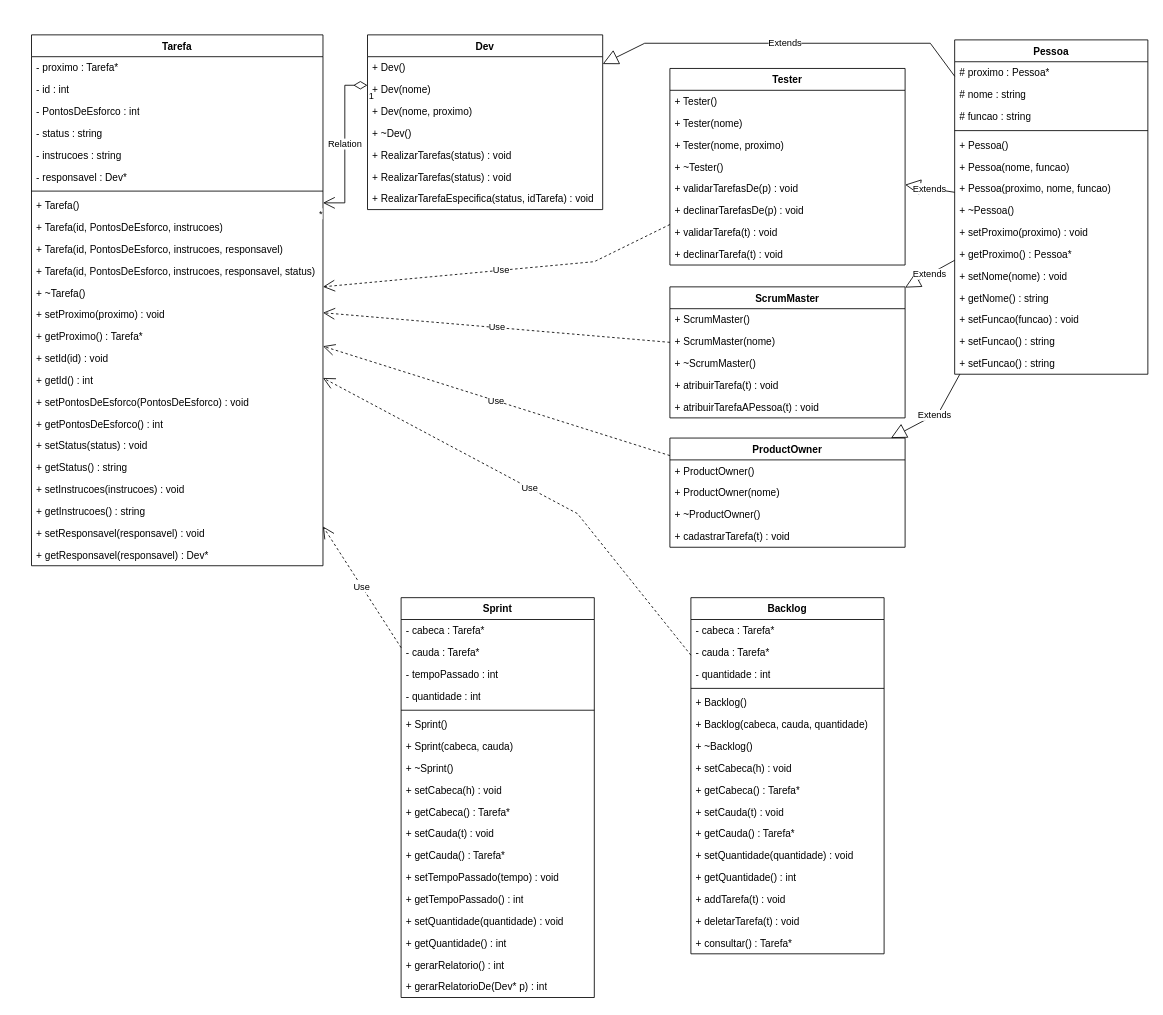
Before: Diagrama_de_Classes.drawio in luscaer/Projeto_LP1, a draw.io diagram. Source tidied: cells renumbered, new cells numbered last; positions are measured from the earlier drawing's top-left corner, leaving out a move shared by most shapes. Both pictures are drawn from the tidied source at 84%, with x=0, y=0 at pixel (31, 34).
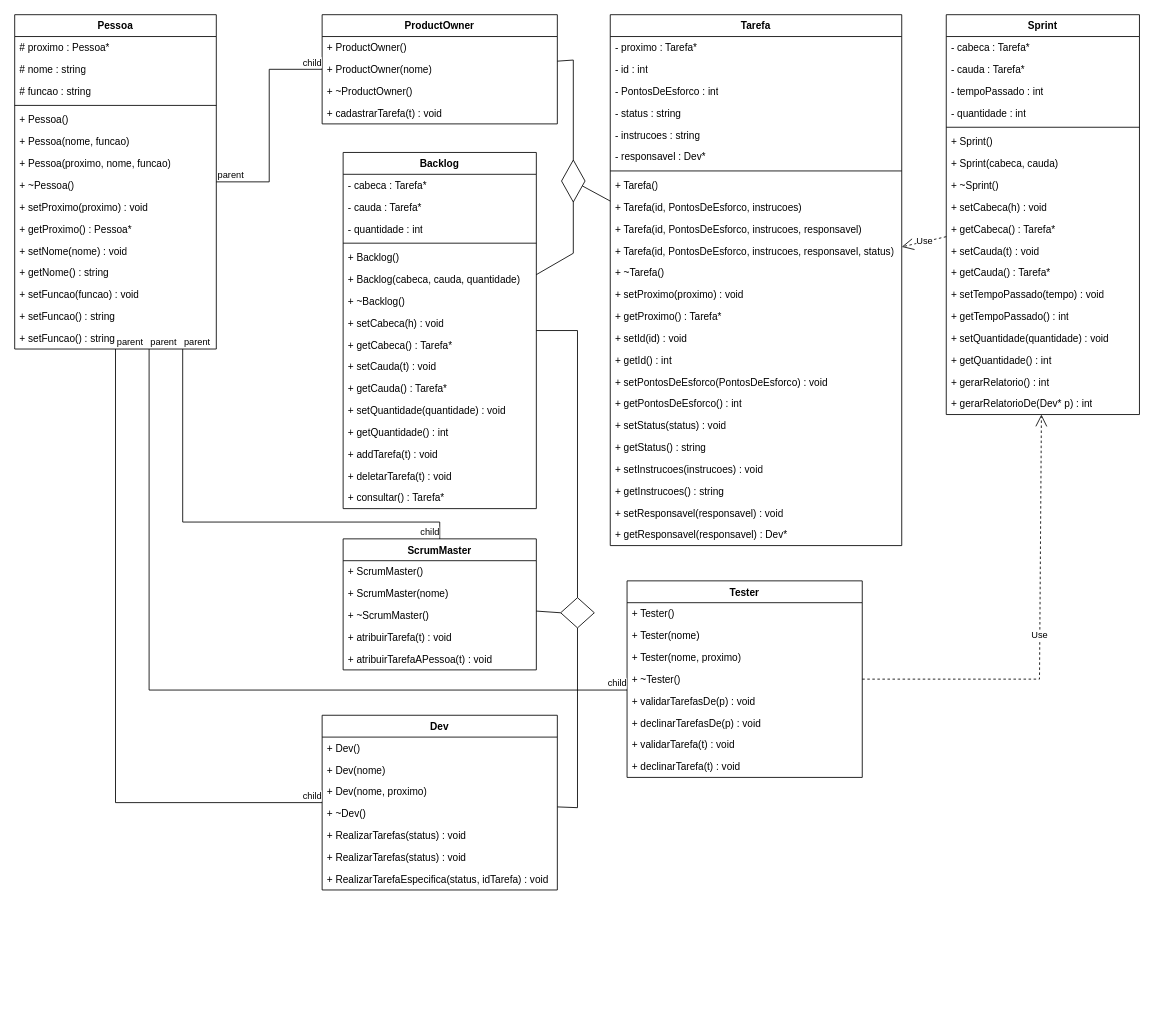
The same page after the edit.

The edit, as a diff of the source:
```diff
@@
     <mxCell id="2" value="Pessoa" style="swimlane;fontStyle=1;align=center;verticalAlign=top;horizontal=1;startSize=26;whiteSpace=wrap;html=1;" parent="1" vertex="1">
-      <mxGeometry x="1099" y="6" width="230" height="398" as="geometry" />
+      <mxGeometry x="-20" y="-24" width="240" height="398" as="geometry" />
     </mxCell>
     <mxCell id="3" value="# proximo : Pessoa*" style="text;strokeColor=none;fillColor=none;align=left;verticalAlign=top;spacingLeft=4;spacingRight=4;overflow=hidden;whiteSpace=wrap;html=1;" parent="2" vertex="1">
-      <mxGeometry y="26" width="230" height="26" as="geometry" />
+      <mxGeometry y="26" width="240" height="26" as="geometry" />
     </mxCell>
     <mxCell id="4" value="# nome : string" style="text;strokeColor=none;fillColor=none;align=left;verticalAlign=top;spacingLeft=4;spacingRight=4;overflow=hidden;whiteSpace=wrap;html=1;" parent="2" vertex="1">
-      <mxGeometry y="52" width="230" height="26" as="geometry" />
+      <mxGeometry y="52" width="240" height="26" as="geometry" />
     </mxCell>
     <mxCell id="5" value="# funcao : string" style="text;strokeColor=none;fillColor=none;align=left;verticalAlign=top;spacingLeft=4;spacingRight=4;overflow=hidden;whiteSpace=wrap;html=1;" parent="2" vertex="1">
-      <mxGeometry y="78" width="230" height="26" as="geometry" />
+      <mxGeometry y="78" width="240" height="26" as="geometry" />
     </mxCell>
     <mxCell id="6" style="line;strokeWidth=1;fillColor=none;align=left;verticalAlign=middle;spacingTop=-1;spacingLeft=3;spacingRight=3;labelPosition=right;strokeColor=inherit;" parent="2" vertex="1">
-      <mxGeometry y="104" width="230" height="8" as="geometry" />
+      <mxGeometry y="104" width="240" height="8" as="geometry" />
     </mxCell>
     <mxCell id="7" value="+ Pessoa()" style="text;strokeColor=none;fillColor=none;align=left;verticalAlign=top;spacingLeft=4;spacingRight=4;overflow=hidden;whiteSpace=wrap;html=1;" parent="2" vertex="1">
-      <mxGeometry y="112" width="230" height="26" as="geometry" />
+      <mxGeometry y="112" width="240" height="26" as="geometry" />
     </mxCell>
     <mxCell id="8" value="+ Pessoa(nome, funcao)" style="text;strokeColor=none;fillColor=none;align=left;verticalAlign=top;spacingLeft=4;spacingRight=4;overflow=hidden;whiteSpace=wrap;html=1;" parent="2" vertex="1">
-      <mxGeometry y="138" width="230" height="26" as="geometry" />
+      <mxGeometry y="138" width="240" height="26" as="geometry" />
     </mxCell>
     <mxCell id="9" value="+ Pessoa(proximo, nome, funcao)" style="text;strokeColor=none;fillColor=none;align=left;verticalAlign=top;spacingLeft=4;spacingRight=4;overflow=hidden;whiteSpace=wrap;html=1;" parent="2" vertex="1">
-      <mxGeometry y="164" width="230" height="26" as="geometry" />
+      <mxGeometry y="164" width="240" height="26" as="geometry" />
     </mxCell>
     <mxCell id="10" value="+ ~Pessoa()" style="text;strokeColor=none;fillColor=none;align=left;verticalAlign=top;spacingLeft=4;spacingRight=4;overflow=hidden;whiteSpace=wrap;html=1;" parent="2" vertex="1">
-      <mxGeometry y="190" width="230" height="26" as="geometry" />
+      <mxGeometry y="190" width="240" height="26" as="geometry" />
     </mxCell>
     <mxCell id="11" value="+&amp;nbsp;setProximo(proximo) : void" style="text;strokeColor=none;fillColor=none;align=left;verticalAlign=top;spacingLeft=4;spacingRight=4;overflow=hidden;whiteSpace=wrap;html=1;" parent="2" vertex="1">
-      <mxGeometry y="216" width="230" height="26" as="geometry" />
+      <mxGeometry y="216" width="240" height="26" as="geometry" />
     </mxCell>
     <mxCell id="12" value="+&amp;nbsp;getProximo() : Pessoa*" style="text;strokeColor=none;fillColor=none;align=left;verticalAlign=top;spacingLeft=4;spacingRight=4;overflow=hidden;whiteSpace=wrap;html=1;" parent="2" vertex="1">
-      <mxGeometry y="242" width="230" height="26" as="geometry" />
+      <mxGeometry y="242" width="240" height="26" as="geometry" />
     </mxCell>
     <mxCell id="13" value="+&amp;nbsp;setNome(nome) : void" style="text;strokeColor=none;fillColor=none;align=left;verticalAlign=top;spacingLeft=4;spacingRight=4;overflow=hidden;whiteSpace=wrap;html=1;" parent="2" vertex="1">
-      <mxGeometry y="268" width="230" height="26" as="geometry" />
+      <mxGeometry y="268" width="240" height="26" as="geometry" />
     </mxCell>
     <mxCell id="14" value="+ getNome() : string" style="text;strokeColor=none;fillColor=none;align=left;verticalAlign=top;spacingLeft=4;spacingRight=4;overflow=hidden;whiteSpace=wrap;html=1;" parent="2" vertex="1">
-      <mxGeometry y="294" width="230" height="26" as="geometry" />
+      <mxGeometry y="294" width="240" height="26" as="geometry" />
     </mxCell>
     <mxCell id="15" value="+ setFuncao(funcao) : void" style="text;strokeColor=none;fillColor=none;align=left;verticalAlign=top;spacingLeft=4;spacingRight=4;overflow=hidden;whiteSpace=wrap;html=1;" parent="2" vertex="1">
-      <mxGeometry y="320" width="230" height="26" as="geometry" />
+      <mxGeometry y="320" width="240" height="26" as="geometry" />
     </mxCell>
     <mxCell id="16" value="+ setFuncao() : string" style="text;strokeColor=none;fillColor=none;align=left;verticalAlign=top;spacingLeft=4;spacingRight=4;overflow=hidden;whiteSpace=wrap;html=1;" parent="2" vertex="1">
-      <mxGeometry y="346" width="230" height="26" as="geometry" />
+      <mxGeometry y="346" width="240" height="26" as="geometry" />
     </mxCell>
     <mxCell id="17" value="+ setFuncao() : string" style="text;strokeColor=none;fillColor=none;align=left;verticalAlign=top;spacingLeft=4;spacingRight=4;overflow=hidden;whiteSpace=wrap;html=1;" parent="2" vertex="1">
-      <mxGeometry y="372" width="230" height="26" as="geometry" />
+      <mxGeometry y="372" width="240" height="26" as="geometry" />
     </mxCell>
     <mxCell id="18" value="Dev" style="swimlane;fontStyle=1;align=center;verticalAlign=top;horizontal=1;startSize=26;whiteSpace=wrap;html=1;" parent="1" vertex="1">
-      <mxGeometry x="400" width="280" height="208" as="geometry" />
+      <mxGeometry x="346" y="810" width="280" height="208" as="geometry" />
     </mxCell>
@@
     <mxCell id="26" value="Backlog" style="swimlane;fontStyle=1;align=center;verticalAlign=top;horizontal=1;startSize=26;whiteSpace=wrap;html=1;" parent="1" vertex="1">
-      <mxGeometry x="785" y="670" width="230" height="424" as="geometry" />
+      <mxGeometry x="371" y="140" width="230" height="424" as="geometry" />
     </mxCell>
@@
     <mxCell id="43" value="ProductOwner" style="swimlane;fontStyle=1;align=center;verticalAlign=top;horizontal=1;startSize=26;whiteSpace=wrap;html=1;" parent="1" vertex="1">
-      <mxGeometry x="760" y="480" width="280" height="130" as="geometry" />
+      <mxGeometry x="346" y="-24" width="280" height="130" as="geometry" />
     </mxCell>
@@
-    <mxCell id="48" value="Extends" style="endArrow=block;endSize=16;endFill=0;html=1;rounded=0;" parent="1" edge="1" source="2" target="43">
-      <mxGeometry relative="1" as="geometry">
-        <Array as="points">
-          <mxPoint x="1080" y="450" />
-        </Array>
-      </mxGeometry>
-    </mxCell>
     <mxCell id="49" value="Tester" style="swimlane;fontStyle=1;align=center;verticalAlign=top;horizontal=1;startSize=26;whiteSpace=wrap;html=1;" parent="1" vertex="1">
-      <mxGeometry x="760" y="40" width="280" height="234" as="geometry" />
+      <mxGeometry x="709" y="650" width="280" height="234" as="geometry" />
     </mxCell>
@@
-    <mxCell id="58" value="Extends" style="endArrow=block;endSize=16;endFill=0;html=1;rounded=0;" parent="1" edge="1" source="2" target="49">
-      <mxGeometry relative="1" as="geometry" />
-    </mxCell>
-    <mxCell id="59" value="ScrumMaster" style="swimlane;fontStyle=1;align=center;verticalAlign=top;horizontal=1;startSize=26;whiteSpace=wrap;html=1;" parent="1" vertex="1">
-      <mxGeometry x="760" y="300" width="280" height="156" as="geometry" />
-    </mxCell>
-    <mxCell id="60" value="+ ScrumMaster()" style="text;strokeColor=none;fillColor=none;align=left;verticalAlign=top;spacingLeft=4;spacingRight=4;overflow=hidden;whiteSpace=wrap;html=1;" parent="59" vertex="1">
-      <mxGeometry y="26" width="280" height="26" as="geometry" />
-    </mxCell>
-    <mxCell id="61" value="+ ScrumMaster(nome)" style="text;strokeColor=none;fillColor=none;align=left;verticalAlign=top;spacingLeft=4;spacingRight=4;overflow=hidden;whiteSpace=wrap;html=1;" parent="59" vertex="1">
-      <mxGeometry y="52" width="280" height="26" as="geometry" />
-    </mxCell>
-    <mxCell id="62" value="+ ~ScrumMaster()" style="text;strokeColor=none;fillColor=none;align=left;verticalAlign=top;spacingLeft=4;spacingRight=4;overflow=hidden;whiteSpace=wrap;html=1;" parent="59" vertex="1">
-      <mxGeometry y="78" width="280" height="26" as="geometry" />
-    </mxCell>
-    <mxCell id="63" value="+&amp;nbsp;atribuirTarefa(t) : void" style="text;strokeColor=none;fillColor=none;align=left;verticalAlign=top;spacingLeft=4;spacingRight=4;overflow=hidden;whiteSpace=wrap;html=1;" parent="59" vertex="1">
-      <mxGeometry y="104" width="280" height="26" as="geometry" />
-    </mxCell>
-    <mxCell id="64" value="+&amp;nbsp;atribuirTarefaAPessoa(t) : void" style="text;strokeColor=none;fillColor=none;align=left;verticalAlign=top;spacingLeft=4;spacingRight=4;overflow=hidden;whiteSpace=wrap;html=1;" parent="59" vertex="1">
-      <mxGeometry y="130" width="280" height="26" as="geometry" />
-    </mxCell>
-    <mxCell id="65" value="Extends" style="endArrow=block;endSize=16;endFill=0;html=1;rounded=0;" parent="1" edge="1" source="2" target="59">
-      <mxGeometry relative="1" as="geometry" />
-    </mxCell>
     <mxCell id="66" value="Tarefa" style="swimlane;fontStyle=1;align=center;verticalAlign=top;horizontal=1;startSize=26;whiteSpace=wrap;html=1;" parent="1" vertex="1">
-      <mxGeometry width="347" height="632" as="geometry" />
+      <mxGeometry x="689" y="-24" width="347" height="632" as="geometry" />
     </mxCell>
@@
-    <mxCell id="91" value="Relation" style="endArrow=open;html=1;endSize=12;startArrow=diamondThin;startSize=14;startFill=0;edgeStyle=orthogonalEdgeStyle;rounded=0;" parent="1" edge="1" source="18" target="66">
-      <mxGeometry relative="1" as="geometry">
-        <Array as="points">
-          <mxPoint x="373" y="60" />
-          <mxPoint x="373" y="200" />
-        </Array>
-      </mxGeometry>
-    </mxCell>
-    <mxCell id="92" value="1" style="edgeLabel;html=1;align=left;verticalAlign=top;" parent="91" vertex="1">
-      <mxGeometry x="-1" relative="1" as="geometry" />
-    </mxCell>
-    <mxCell id="93" value="*" style="edgeLabel;html=1;align=right;verticalAlign=top;" parent="91" vertex="1">
-      <mxGeometry x="1" relative="1" as="geometry" />
-    </mxCell>
-    <mxCell id="94" value="Extends" style="endArrow=block;endSize=16;endFill=0;html=1;rounded=0;" parent="1" edge="1" source="2" target="18">
-      <mxGeometry relative="1" as="geometry">
-        <Array as="points">
-          <mxPoint x="1070" y="10" />
-          <mxPoint x="730" y="10" />
-        </Array>
-      </mxGeometry>
-    </mxCell>
     <mxCell id="95" value="Sprint" style="swimlane;fontStyle=1;align=center;verticalAlign=top;horizontal=1;startSize=26;whiteSpace=wrap;html=1;" parent="1" vertex="1">
-      <mxGeometry x="440" y="670" width="230" height="476" as="geometry" />
+      <mxGeometry x="1089" y="-24" width="230" height="476" as="geometry" />
     </mxCell>
@@
-    <mxCell id="114" value="Use" style="endArrow=open;endSize=12;dashed=1;html=1;rounded=0;" parent="1" edge="1" source="49" target="66">
-      <mxGeometry relative="1" as="geometry">
-        <Array as="points">
-          <mxPoint x="670" y="270" />
-        </Array>
-      </mxGeometry>
-    </mxCell>
-    <mxCell id="115" value="Use" style="endArrow=open;endSize=12;dashed=1;html=1;rounded=0;" parent="1" edge="1" source="59" target="66">
-      <mxGeometry relative="1" as="geometry" />
-    </mxCell>
-    <mxCell id="116" value="Use" style="endArrow=open;endSize=12;dashed=1;html=1;rounded=0;" parent="1" edge="1" source="43" target="66">
-      <mxGeometry relative="1" as="geometry" />
-    </mxCell>
-    <mxCell id="117" value="Use" style="endArrow=open;endSize=12;dashed=1;html=1;rounded=0;" parent="1" edge="1" source="26" target="66">
-      <mxGeometry relative="1" as="geometry">
-        <Array as="points">
-          <mxPoint x="650" y="570" />
-        </Array>
-      </mxGeometry>
-    </mxCell>
+    <mxCell id="59" value="ScrumMaster" style="swimlane;fontStyle=1;align=center;verticalAlign=top;horizontal=1;startSize=26;whiteSpace=wrap;html=1;" parent="1" vertex="1">
+      <mxGeometry x="371" y="600" width="230" height="156" as="geometry" />
+    </mxCell>
+    <mxCell id="60" value="+ ScrumMaster()" style="text;strokeColor=none;fillColor=none;align=left;verticalAlign=top;spacingLeft=4;spacingRight=4;overflow=hidden;whiteSpace=wrap;html=1;" parent="59" vertex="1">
+      <mxGeometry y="26" width="230" height="26" as="geometry" />
+    </mxCell>
+    <mxCell id="61" value="+ ScrumMaster(nome)" style="text;strokeColor=none;fillColor=none;align=left;verticalAlign=top;spacingLeft=4;spacingRight=4;overflow=hidden;whiteSpace=wrap;html=1;" parent="59" vertex="1">
+      <mxGeometry y="52" width="230" height="26" as="geometry" />
+    </mxCell>
+    <mxCell id="62" value="+ ~ScrumMaster()" style="text;strokeColor=none;fillColor=none;align=left;verticalAlign=top;spacingLeft=4;spacingRight=4;overflow=hidden;whiteSpace=wrap;html=1;" parent="59" vertex="1">
+      <mxGeometry y="78" width="230" height="26" as="geometry" />
+    </mxCell>
+    <mxCell id="63" value="+&amp;nbsp;atribuirTarefa(t) : void" style="text;strokeColor=none;fillColor=none;align=left;verticalAlign=top;spacingLeft=4;spacingRight=4;overflow=hidden;whiteSpace=wrap;html=1;" parent="59" vertex="1">
+      <mxGeometry y="104" width="230" height="26" as="geometry" />
+    </mxCell>
+    <mxCell id="64" value="+&amp;nbsp;atribuirTarefaAPessoa(t) : void" style="text;strokeColor=none;fillColor=none;align=left;verticalAlign=top;spacingLeft=4;spacingRight=4;overflow=hidden;whiteSpace=wrap;html=1;" parent="59" vertex="1">
+      <mxGeometry y="130" width="230" height="26" as="geometry" />
+    </mxCell>
+    <mxCell id="48" style="endArrow=none;html=1;edgeStyle=orthogonalEdgeStyle;rounded=0;" parent="1" edge="1" source="2" target="43">
+      <mxGeometry relative="1" as="geometry" />
+    </mxCell>
+    <mxCell id="119" value="parent" style="edgeLabel;html=1;align=left;verticalAlign=bottom;" parent="48" vertex="1">
+      <mxGeometry x="-1" relative="1" as="geometry" />
+    </mxCell>
+    <mxCell id="120" value="child" style="edgeLabel;html=1;align=right;verticalAlign=bottom;" parent="48" vertex="1">
+      <mxGeometry x="1" relative="1" as="geometry" />
+    </mxCell>
+    <mxCell id="65" style="endArrow=none;html=1;edgeStyle=orthogonalEdgeStyle;rounded=0;" parent="1" edge="1" source="2" target="59">
+      <mxGeometry relative="1" as="geometry">
+        <Array as="points">
+          <mxPoint x="180" y="580" />
+          <mxPoint x="486" y="580" />
+        </Array>
+      </mxGeometry>
+    </mxCell>
+    <mxCell id="121" value="parent" style="edgeLabel;html=1;align=left;verticalAlign=bottom;" parent="65" vertex="1">
+      <mxGeometry x="-1" relative="1" as="geometry" />
+    </mxCell>
+    <mxCell id="122" value="child" style="edgeLabel;html=1;align=right;verticalAlign=bottom;" parent="65" vertex="1">
+      <mxGeometry x="1" relative="1" as="geometry" />
+    </mxCell>
+    <mxCell id="94" style="endArrow=none;html=1;edgeStyle=orthogonalEdgeStyle;rounded=0;" parent="1" edge="1" source="2" target="18">
+      <mxGeometry relative="1" as="geometry">
+        <Array as="points">
+          <mxPoint x="100" y="914" />
+        </Array>
+      </mxGeometry>
+    </mxCell>
+    <mxCell id="123" value="parent" style="edgeLabel;html=1;align=left;verticalAlign=bottom;" parent="94" vertex="1">
+      <mxGeometry x="-1" relative="1" as="geometry" />
+    </mxCell>
+    <mxCell id="124" value="child" style="edgeLabel;html=1;align=right;verticalAlign=bottom;" parent="94" vertex="1">
+      <mxGeometry x="1" relative="1" as="geometry" />
+    </mxCell>
+    <mxCell id="58" style="endArrow=none;html=1;edgeStyle=orthogonalEdgeStyle;rounded=0;" parent="1" edge="1" source="2" target="49">
+      <mxGeometry relative="1" as="geometry">
+        <Array as="points">
+          <mxPoint x="140" y="780" />
+        </Array>
+      </mxGeometry>
+    </mxCell>
+    <mxCell id="125" value="parent" style="edgeLabel;html=1;align=left;verticalAlign=bottom;" parent="58" vertex="1">
+      <mxGeometry x="-1" relative="1" as="geometry" />
+    </mxCell>
+    <mxCell id="126" value="child" style="edgeLabel;html=1;align=right;verticalAlign=bottom;" parent="58" vertex="1">
+      <mxGeometry x="1" relative="1" as="geometry" />
+    </mxCell>
+    <mxCell id="127" style="rhombus;whiteSpace=wrap;html=1;rotation=90;" parent="1" vertex="1">
+      <mxGeometry x="620" y="160" width="50" height="28" as="geometry" />
+    </mxCell>
+    <mxCell id="128" style="endArrow=none;html=1;rounded=0;entryX=0;entryY=0.5;entryDx=0;entryDy=0;" parent="1" edge="1" source="43" target="127">
+      <mxGeometry relative="1" as="geometry">
+        <Array as="points">
+          <mxPoint x="645" y="30" />
+        </Array>
+      </mxGeometry>
+    </mxCell>
+    <mxCell id="129" style="endArrow=none;html=1;rounded=0;" parent="1" edge="1" source="26" target="127">
+      <mxGeometry relative="1" as="geometry">
+        <Array as="points">
+          <mxPoint x="645" y="260" />
+        </Array>
+      </mxGeometry>
+    </mxCell>
+    <mxCell id="130" style="endArrow=none;html=1;rounded=0;" parent="1" edge="1" source="127" target="66">
+      <mxGeometry relative="1" as="geometry" />
+    </mxCell>
@@
+    <mxCell id="131" value="Use" style="endArrow=open;endSize=12;dashed=1;html=1;rounded=0;" parent="1" edge="1" source="49" target="95">
+      <mxGeometry relative="1" as="geometry">
+        <Array as="points">
+          <mxPoint x="1200" y="767" />
+        </Array>
+      </mxGeometry>
+    </mxCell>
+    <mxCell id="132" style="rhombus;whiteSpace=wrap;html=1;" parent="1" vertex="1">
+      <mxGeometry x="630" y="670" width="40" height="36" as="geometry" />
+    </mxCell>
+    <mxCell id="133" style="endArrow=none;html=1;rounded=0;entryX=0.5;entryY=0;entryDx=0;entryDy=0;" parent="1" edge="1" source="26" target="132">
+      <mxGeometry relative="1" as="geometry">
+        <Array as="points">
+          <mxPoint x="650" y="352" />
+        </Array>
+      </mxGeometry>
+    </mxCell>
+    <mxCell id="134" style="endArrow=none;html=1;rounded=0;entryX=0;entryY=0.5;entryDx=0;entryDy=0;" parent="1" edge="1" source="59" target="132">
+      <mxGeometry relative="1" as="geometry" />
+    </mxCell>
+    <mxCell id="135" style="endArrow=none;html=1;rounded=0;entryX=0.5;entryY=1;entryDx=0;entryDy=0;" parent="1" edge="1" source="18" target="132">
+      <mxGeometry relative="1" as="geometry">
+        <Array as="points">
+          <mxPoint x="650" y="920" />
+        </Array>
+      </mxGeometry>
+    </mxCell>
```
